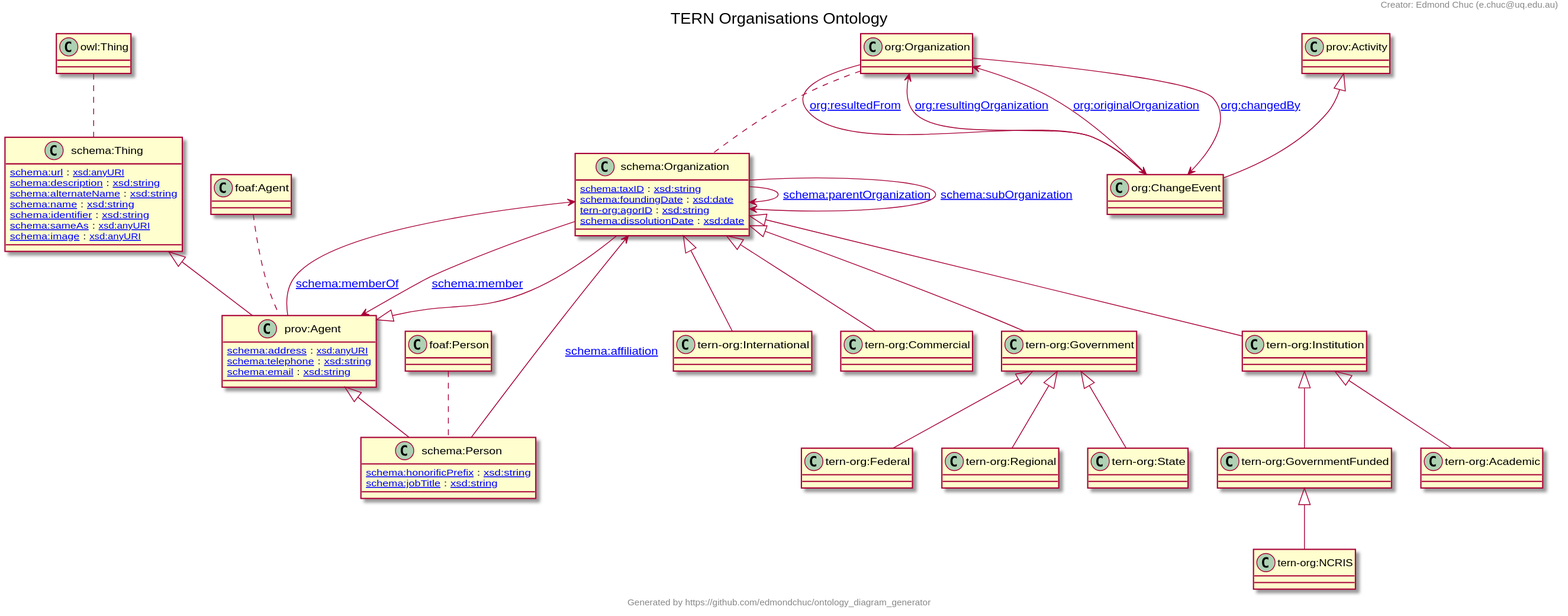
ternaustralia/ontology_tern-org keeps this PlantUML diagram as docs/tern-org.ttl.svg. Above is the earlier version.
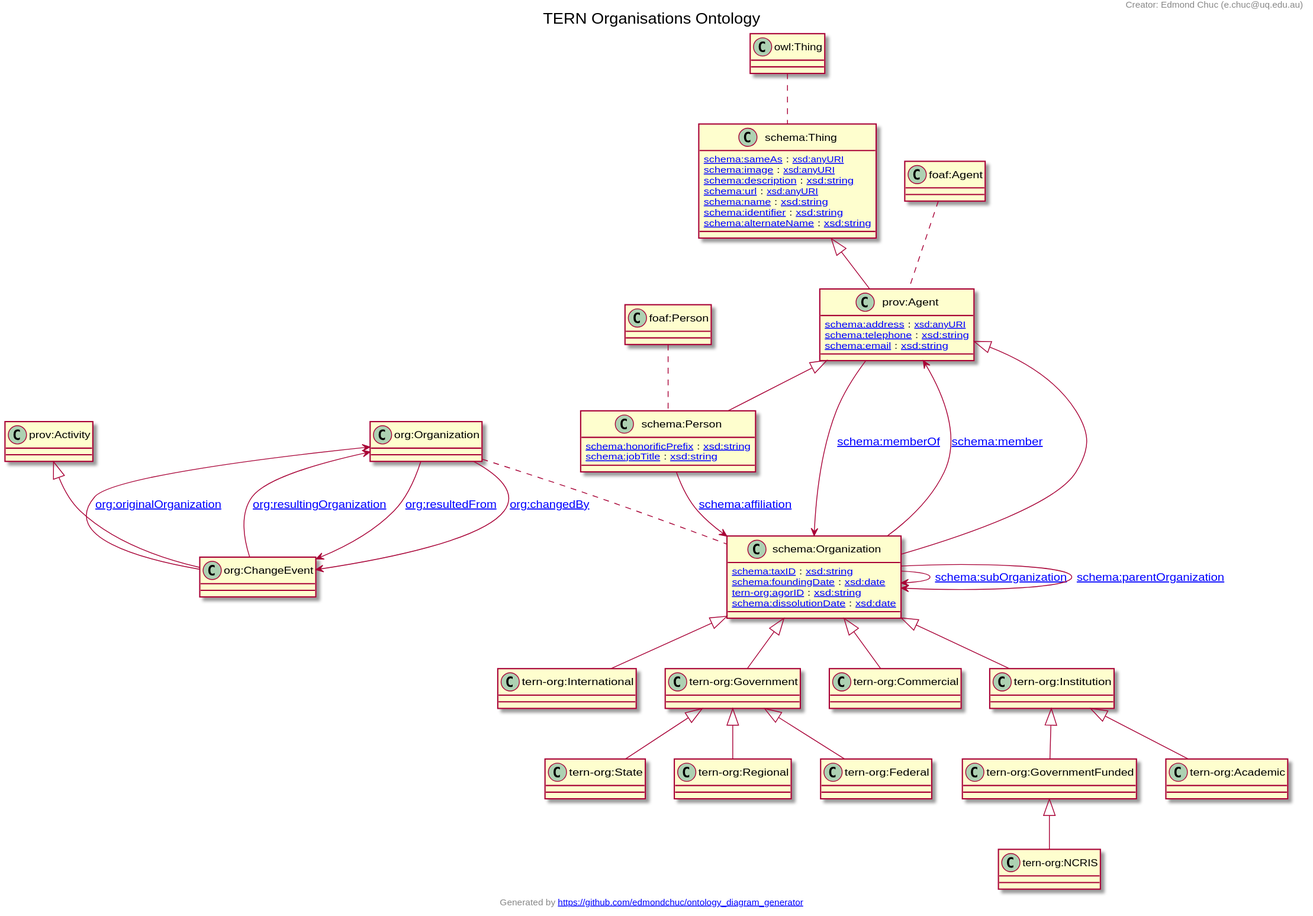
Above is the later version.

Commit message:
Small update to metadata in diagram

The edit, as a diff of the source:
```diff
@@ -1,45 +1,38 @@
 @startuml
 title TERN Organisations Ontology
+"prov:Agent" <|-- "schema:Person"
+"schema:Organization" <|-- "tern-org:International"
+"tern-org:Government" <|-- "tern-org:Federal"
+"schema:Organization" <|-- "tern-org:Commercial"
+"tern-org:Institution" <|-- "tern-org:GovernmentFunded"
+"tern-org:Institution" <|-- "tern-org:Academic"
+"prov:Activity" <|-- "org:ChangeEvent"
+"schema:Organization" <|-- "tern-org:Institution"
+"tern-org:GovernmentFunded" <|-- "tern-org:NCRIS"
+"prov:Agent" <|-- "schema:Organization"
+"schema:Thing" <|-- "prov:Agent"
+"tern-org:Government" <|-- "tern-org:State"
 "schema:Organization" <|-- "tern-org:Government"
 "tern-org:Government" <|-- "tern-org:Regional"
-"prov:Agent" <|-- "schema:Person"
-"schema:Organization" <|-- "tern-org:International"
-"tern-org:GovernmentFunded" <|-- "tern-org:NCRIS"
-"tern-org:Government" <|-- "tern-org:State"
-"prov:Activity" <|-- "org:ChangeEvent"
-"schema:Organization" <|-- "tern-org:Commercial"
-"prov:Agent" <|-- "schema:Organization"
-"tern-org:Government" <|-- "tern-org:Federal"
-"tern-org:Institution" <|-- "tern-org:GovernmentFunded"
-"tern-org:Institution" <|-- "tern-org:Academic"
-"schema:Thing" <|-- "prov:Agent"
-"schema:Organization" <|-- "tern-org:Institution"
-Class "tern-org:Government" [[https://w3id.org/tern/ontologies/org/Government]] {
-}
-Class "tern-org:Regional" [[https://w3id.org/tern/ontologies/org/Regional]] {
-}
 Class "schema:Person" [[http://schema.org/Person]] {
 [[http://schema.org/honorificPrefix schema:honorificPrefix]] : [[http://www.w3.org/2001/XMLSchema#string xsd:string]]
 [[http://schema.org/jobTitle schema:jobTitle]] : [[http://www.w3.org/2001/XMLSchema#string xsd:string]]
 }
 Class "tern-org:International" [[https://w3id.org/tern/ontologies/org/International]] {
 }
-Class "schema:Thing" [[http://schema.org/Thing]] {
-[[http://schema.org/url schema:url]] : [[http://www.w3.org/2001/XMLSchema#anyURI xsd:anyURI]]
-[[http://schema.org/description schema:description]] : [[http://www.w3.org/2001/XMLSchema#string xsd:string]]
-[[http://schema.org/alternateName schema:alternateName]] : [[http://www.w3.org/2001/XMLSchema#string xsd:string]]
-[[http://schema.org/name schema:name]] : [[http://www.w3.org/2001/XMLSchema#string xsd:string]]
-[[http://schema.org/identifier schema:identifier]] : [[http://www.w3.org/2001/XMLSchema#string xsd:string]]
-[[http://schema.org/sameAs schema:sameAs]] : [[http://www.w3.org/2001/XMLSchema#anyURI xsd:anyURI]]
-[[http://schema.org/image schema:image]] : [[http://www.w3.org/2001/XMLSchema#anyURI xsd:anyURI]]
+Class "tern-org:Federal" [[https://w3id.org/tern/ontologies/org/Federal]] {
 }
-Class "tern-org:NCRIS" [[https://w3id.org/tern/ontologies/org/NCRIS]] {
+Class "tern-org:Commercial" [[https://w3id.org/tern/ontologies/org/Commercial]] {
 }
-Class "tern-org:State" [[https://w3id.org/tern/ontologies/org/State]] {
+Class "tern-org:GovernmentFunded" [[https://w3id.org/tern/ontologies/org/GovernmentFunded]] {
+}
+Class "tern-org:Academic" [[https://w3id.org/tern/ontologies/org/Academic]] {
 }
 Class "org:ChangeEvent" [[http://www.w3.org/ns/org#ChangeEvent]] {
 }
-Class "tern-org:Commercial" [[https://w3id.org/tern/ontologies/org/Commercial]] {
+Class "tern-org:Institution" [[https://w3id.org/tern/ontologies/org/Institution]] {
+}
+Class "tern-org:NCRIS" [[https://w3id.org/tern/ontologies/org/NCRIS]] {
 }
 Class "schema:Organization" [[http://schema.org/Organization]] {
 [[http://schema.org/taxID schema:taxID]] : [[http://www.w3.org/2001/XMLSchema#string xsd:string]]
@@ -47,34 +40,41 @@
 [[https://w3id.org/tern/ontologies/org/agorID tern-org:agorID]] : [[http://www.w3.org/2001/XMLSchema#string xsd:string]]
 [[http://schema.org/dissolutionDate schema:dissolutionDate]] : [[http://www.w3.org/2001/XMLSchema#date xsd:date]]
 }
-Class "tern-org:Federal" [[https://w3id.org/tern/ontologies/org/Federal]] {
-}
-Class "tern-org:GovernmentFunded" [[https://w3id.org/tern/ontologies/org/GovernmentFunded]] {
-}
-Class "tern-org:Academic" [[https://w3id.org/tern/ontologies/org/Academic]] {
+Class "schema:Thing" [[http://schema.org/Thing]] {
+[[http://schema.org/sameAs schema:sameAs]] : [[http://www.w3.org/2001/XMLSchema#anyURI xsd:anyURI]]
+[[http://schema.org/image schema:image]] : [[http://www.w3.org/2001/XMLSchema#anyURI xsd:anyURI]]
+[[http://schema.org/description schema:description]] : [[http://www.w3.org/2001/XMLSchema#string xsd:string]]
+[[http://schema.org/url schema:url]] : [[http://www.w3.org/2001/XMLSchema#anyURI xsd:anyURI]]
+[[http://schema.org/name schema:name]] : [[http://www.w3.org/2001/XMLSchema#string xsd:string]]
+[[http://schema.org/identifier schema:identifier]] : [[http://www.w3.org/2001/XMLSchema#string xsd:string]]
+[[http://schema.org/alternateName schema:alternateName]] : [[http://www.w3.org/2001/XMLSchema#string xsd:string]]
 }
 Class "prov:Agent" [[http://www.w3.org/ns/prov#Agent]] {
 [[http://schema.org/address schema:address]] : [[http://www.w3.org/2001/XMLSchema#anyURI xsd:anyURI]]
 [[http://schema.org/telephone schema:telephone]] : [[http://www.w3.org/2001/XMLSchema#string xsd:string]]
 [[http://schema.org/email schema:email]] : [[http://www.w3.org/2001/XMLSchema#string xsd:string]]
 }
-Class "tern-org:Institution" [[https://w3id.org/tern/ontologies/org/Institution]] {
+Class "tern-org:State" [[https://w3id.org/tern/ontologies/org/State]] {
 }
+Class "tern-org:Government" [[https://w3id.org/tern/ontologies/org/Government]] {
+}
+Class "tern-org:Regional" [[https://w3id.org/tern/ontologies/org/Regional]] {
+}
+"org:Organization" --> "org:ChangeEvent" : "[[http://www.w3.org/ns/org#resultedFrom org:resultedFrom]]"
+"org:ChangeEvent" --> "org:Organization" : "[[http://www.w3.org/ns/org#originalOrganization org:originalOrganization]]"
+"schema:Organization" --> "schema:Organization" : "[[http://schema.org/subOrganization schema:subOrganization]]"
+"org:Organization" --> "org:ChangeEvent" : "[[http://www.w3.org/ns/org#changedBy org:changedBy]]"
+"org:ChangeEvent" --> "org:Organization" : "[[http://www.w3.org/ns/org#resultingOrganization org:resultingOrganization]]"
+"prov:Agent" --> "schema:Organization" : "[[http://schema.org/memberOf schema:memberOf]]"
 "schema:Organization" --> "prov:Agent" : "[[http://schema.org/member schema:member]]"
-"org:Organization" --> "org:ChangeEvent" : "[[http://www.w3.org/ns/org#changedBy org:changedBy]]"
 "schema:Organization" --> "schema:Organization" : "[[http://schema.org/parentOrganization schema:parentOrganization]]"
-"org:ChangeEvent" --> "org:Organization" : "[[http://www.w3.org/ns/org#resultingOrganization org:resultingOrganization]]"
-"org:ChangeEvent" --> "org:Organization" : "[[http://www.w3.org/ns/org#originalOrganization org:originalOrganization]]"
-"org:Organization" --> "org:ChangeEvent" : "[[http://www.w3.org/ns/org#resultedFrom org:resultedFrom]]"
 "schema:Person" --> "schema:Organization" : "[[http://schema.org/affiliation schema:affiliation]]"
-"prov:Agent" --> "schema:Organization" : "[[http://schema.org/memberOf schema:memberOf]]"
-"schema:Organization" --> "schema:Organization" : "[[http://schema.org/subOrganization schema:subOrganization]]"
 "foaf:Person" .. "schema:Person"
+"org:Organization" .. "schema:Organization"
 "owl:Thing" .. "schema:Thing"
-"org:Organization" .. "schema:Organization"
 "foaf:Agent" .. "prov:Agent"
 header
 Creator: Edmond Chuc (e.chuc@uq.edu.au)
 endheader
-center footer Generated by https://github.com/edmondchuc/ontology_diagram_generator
+center footer Generated by [[https://github.com/edmondchuc/ontology_diagram_generator https://github.com/edmondchuc/ontology_diagram_generator]]
 @enduml
```
